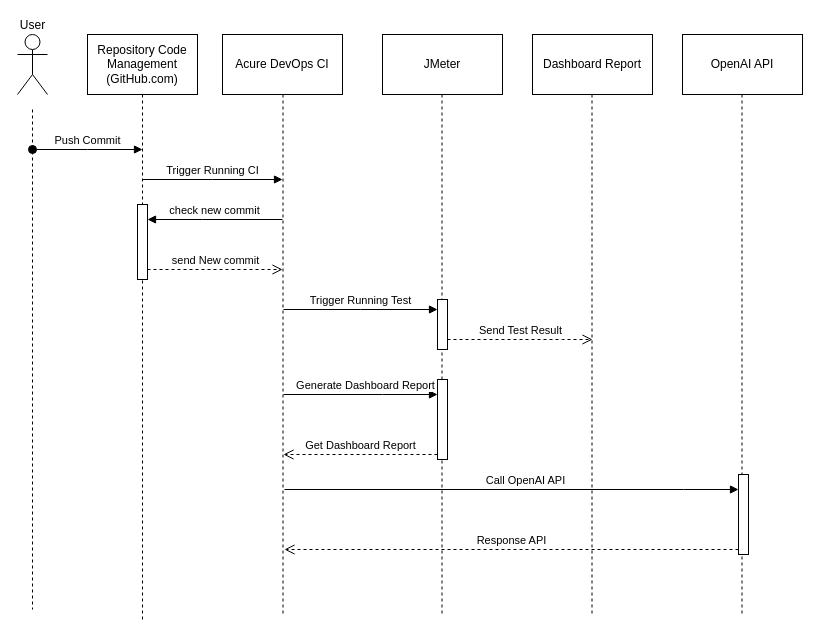
The draw.io diagram chatGPT interaction.drawio in apencoreply/FunctionFiDel, before the edit. Source tidied: cells renumbered, new cells numbered last; positions are measured from the earlier drawing's top-left corner, leaving out a move shared by most shapes. Both pictures are drawn from the tidied source at 100%, with x=0, y=0 at pixel (17, 34).
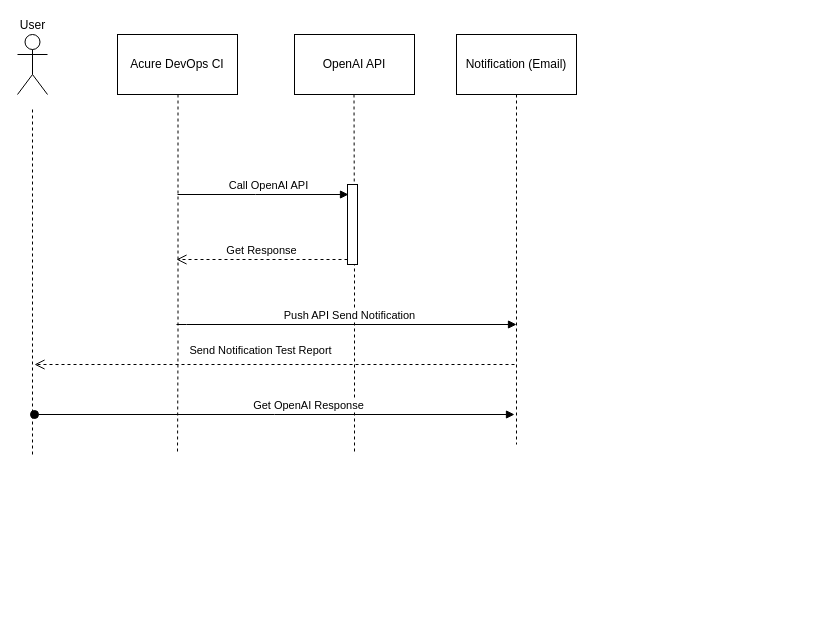
The same page after the edit.

What changed in the source:
```diff
@@
-    <mxCell id="3" style="edgeStyle=orthogonalEdgeStyle;rounded=0;jettySize=auto;html=1;dashed=1;endArrow=none;endFill=0;" parent="1" edge="1" source="4">
-      <mxGeometry relative="1" as="geometry">
-        <mxPoint x="125" y="585" as="targetPoint" />
-        <Array as="points">
-          <mxPoint x="125" y="576" />
-        </Array>
-      </mxGeometry>
-    </mxCell>
-    <mxCell id="4" value="Repository Code Management (GitHub.com)" style="html=1;whiteSpace=wrap;" parent="1" vertex="1">
-      <mxGeometry x="70" width="110" height="60" as="geometry" />
-    </mxCell>
     <mxCell id="5" value="Acure DevOps CI" style="whiteSpace=wrap;html=1;" parent="1" vertex="1">
-      <mxGeometry x="205" width="120" height="60" as="geometry" />
+      <mxGeometry x="100" width="120" height="60" as="geometry" />
     </mxCell>
-    <mxCell id="6" value="JMeter" style="whiteSpace=wrap;html=1;" parent="1" vertex="1">
-      <mxGeometry x="365" width="120" height="60" as="geometry" />
-    </mxCell>
     <mxCell id="7" value="OpenAI API" style="whiteSpace=wrap;html=1;" parent="1" vertex="1">
-      <mxGeometry x="665" width="120" height="60" as="geometry" />
+      <mxGeometry x="277" width="120" height="60" as="geometry" />
     </mxCell>
-    <mxCell id="8" value="Dashboard Report" style="whiteSpace=wrap;html=1;" parent="1" vertex="1">
-      <mxGeometry x="515" width="120" height="60" as="geometry" />
-    </mxCell>
     <mxCell id="9" style="edgeStyle=orthogonalEdgeStyle;rounded=0;orthogonalLoop=1;jettySize=auto;html=1;dashed=1;endArrow=none;endFill=0;" parent="1" edge="1">
       <mxGeometry relative="1" as="geometry">
-        <mxPoint x="265.5" y="60" as="sourcePoint" />
-        <mxPoint x="265.5" y="581" as="targetPoint" />
+        <mxPoint x="160.5" y="60" as="sourcePoint" />
+        <mxPoint x="160" y="420" as="targetPoint" />
         <Array as="points">
-          <mxPoint x="265" y="315" />
-          <mxPoint x="265" y="315" />
+          <mxPoint x="161" y="315" />
+          <mxPoint x="160" y="420" />
         </Array>
       </mxGeometry>
     </mxCell>
-    <mxCell id="10" style="edgeStyle=orthogonalEdgeStyle;rounded=0;orthogonalLoop=1;jettySize=auto;html=1;dashed=1;endArrow=none;endFill=0;" parent="1" edge="1">
-      <mxGeometry relative="1" as="geometry">
-        <mxPoint x="424.5" y="60" as="sourcePoint" />
-        <mxPoint x="424.5" y="581" as="targetPoint" />
-      </mxGeometry>
-    </mxCell>
-    <mxCell id="11" style="edgeStyle=orthogonalEdgeStyle;rounded=0;orthogonalLoop=1;jettySize=auto;html=1;dashed=1;endArrow=none;endFill=0;" parent="1" edge="1">
-      <mxGeometry relative="1" as="geometry">
-        <mxPoint x="574.5" y="60" as="sourcePoint" />
-        <mxPoint x="574.5" y="581" as="targetPoint" />
-      </mxGeometry>
-    </mxCell>
     <mxCell id="12" style="edgeStyle=orthogonalEdgeStyle;rounded=0;orthogonalLoop=1;jettySize=auto;html=1;dashed=1;endArrow=none;endFill=0;" parent="1" edge="1">
       <mxGeometry relative="1" as="geometry">
         <mxPoint x="15" y="75" as="sourcePoint" />
-        <mxPoint x="15" y="575" as="targetPoint" />
+        <mxPoint x="15" y="420" as="targetPoint" />
         <Array as="points">
           <mxPoint x="15" y="75" />
         </Array>
       </mxGeometry>
     </mxCell>
-    <mxCell id="13" value="Push Commit" style="html=1;verticalAlign=bottom;startArrow=oval;startFill=1;endArrow=block;startSize=8;edgeStyle=elbowEdgeStyle;elbow=vertical;curved=0;rounded=0;" parent="1" edge="1">
-      <mxGeometry relative="1" as="geometry">
-        <mxPoint x="15" y="115" as="sourcePoint" />
-        <mxPoint x="125" y="115" as="targetPoint" />
-      </mxGeometry>
-    </mxCell>
-    <mxCell id="14" value="Trigger Running CI" style="html=1;verticalAlign=bottom;endArrow=block;edgeStyle=elbowEdgeStyle;elbow=vertical;curved=0;rounded=0;" parent="1" edge="1">
-      <mxGeometry relative="1" as="geometry">
-        <mxPoint x="125" y="145" as="sourcePoint" />
-        <mxPoint x="265" y="145" as="targetPoint" />
-      </mxGeometry>
-    </mxCell>
-    <mxCell id="15" style="html=1;points=[];perimeter=orthogonalPerimeter;outlineConnect=0;targetShapes=umlLifeline;portConstraint=eastwest;newEdgeStyle={&quot;edgeStyle&quot;:&quot;elbowEdgeStyle&quot;,&quot;elbow&quot;:&quot;vertical&quot;,&quot;curved&quot;:0,&quot;rounded&quot;:0};" parent="1" vertex="1">
-      <mxGeometry x="120" y="170" width="10" height="75" as="geometry" />
-    </mxCell>
-    <mxCell id="16" value="check new commit" style="html=1;verticalAlign=bottom;endArrow=block;edgeStyle=elbowEdgeStyle;elbow=vertical;curved=0;rounded=0;" parent="1" edge="1" target="15">
-      <mxGeometry relative="1" as="geometry">
-        <mxPoint x="265" y="185" as="sourcePoint" />
-        <Array as="points">
-          <mxPoint x="185" y="185" />
-        </Array>
-      </mxGeometry>
-    </mxCell>
-    <mxCell id="17" value="send New commit" style="html=1;verticalAlign=bottom;endArrow=open;dashed=1;endSize=8;edgeStyle=elbowEdgeStyle;elbow=vertical;curved=0;rounded=0;" parent="1" edge="1" source="15">
-      <mxGeometry relative="1" as="geometry">
-        <mxPoint x="265" y="235" as="targetPoint" />
-      </mxGeometry>
-    </mxCell>
-    <mxCell id="18" style="html=1;points=[];perimeter=orthogonalPerimeter;outlineConnect=0;targetShapes=umlLifeline;portConstraint=eastwest;newEdgeStyle={&quot;edgeStyle&quot;:&quot;elbowEdgeStyle&quot;,&quot;elbow&quot;:&quot;vertical&quot;,&quot;curved&quot;:0,&quot;rounded&quot;:0};" parent="1" vertex="1">
-      <mxGeometry x="420" y="265" width="10" height="50" as="geometry" />
-    </mxCell>
-    <mxCell id="19" value="Trigger Running Test" style="html=1;verticalAlign=bottom;endArrow=block;edgeStyle=elbowEdgeStyle;elbow=vertical;curved=0;rounded=0;" parent="1" edge="1" target="18">
-      <mxGeometry relative="1" as="geometry">
-        <mxPoint x="266" y="275" as="sourcePoint" />
-      </mxGeometry>
-    </mxCell>
-    <mxCell id="20" value="Send Test Result" style="html=1;verticalAlign=bottom;endArrow=open;dashed=1;endSize=8;edgeStyle=elbowEdgeStyle;elbow=vertical;curved=0;rounded=0;" parent="1" edge="1" source="18">
-      <mxGeometry relative="1" as="geometry">
-        <mxPoint x="575" y="305" as="targetPoint" />
-        <Array as="points">
-          <mxPoint x="545" y="305" />
-        </Array>
-      </mxGeometry>
-    </mxCell>
-    <mxCell id="21" style="html=1;points=[];perimeter=orthogonalPerimeter;outlineConnect=0;targetShapes=umlLifeline;portConstraint=eastwest;newEdgeStyle={&quot;edgeStyle&quot;:&quot;elbowEdgeStyle&quot;,&quot;elbow&quot;:&quot;vertical&quot;,&quot;curved&quot;:0,&quot;rounded&quot;:0};" parent="1" vertex="1">
-      <mxGeometry x="420" y="345" width="10" height="80" as="geometry" />
-    </mxCell>
-    <mxCell id="22" value="Generate Dashboard Report" style="html=1;verticalAlign=bottom;endArrow=block;edgeStyle=elbowEdgeStyle;elbow=vertical;curved=0;rounded=0;" parent="1" edge="1" target="21">
-      <mxGeometry x="0.06" relative="1" as="geometry">
-        <mxPoint x="266" y="360" as="sourcePoint" />
-        <Array as="points">
-          <mxPoint x="365" y="360" />
-          <mxPoint x="365" y="350" />
-        </Array>
-      </mxGeometry>
-    </mxCell>
-    <mxCell id="23" value="Get Dashboard Report" style="html=1;verticalAlign=bottom;endArrow=open;dashed=1;endSize=8;edgeStyle=elbowEdgeStyle;elbow=vertical;curved=0;rounded=0;" parent="1" edge="1" source="21">
-      <mxGeometry relative="1" as="geometry">
-        <mxPoint x="266" y="420" as="targetPoint" />
-      </mxGeometry>
-    </mxCell>
     <mxCell id="24" style="edgeStyle=orthogonalEdgeStyle;rounded=0;orthogonalLoop=1;jettySize=auto;html=1;dashed=1;endArrow=none;endFill=0;" parent="1" edge="1">
       <mxGeometry relative="1" as="geometry">
-        <mxPoint x="724.5" y="60" as="sourcePoint" />
-        <mxPoint x="724.5" y="581" as="targetPoint" />
+        <mxPoint x="336.5" y="60" as="sourcePoint" />
+        <mxPoint x="337" y="420" as="targetPoint" />
       </mxGeometry>
     </mxCell>
     <mxCell id="25" style="html=1;points=[];perimeter=orthogonalPerimeter;outlineConnect=0;targetShapes=umlLifeline;portConstraint=eastwest;newEdgeStyle={&quot;edgeStyle&quot;:&quot;elbowEdgeStyle&quot;,&quot;elbow&quot;:&quot;vertical&quot;,&quot;curved&quot;:0,&quot;rounded&quot;:0};" parent="1" vertex="1">
-      <mxGeometry x="721" y="440" width="10" height="80" as="geometry" />
+      <mxGeometry x="330" y="150" width="10" height="80" as="geometry" />
     </mxCell>
-    <mxCell id="26" value="Call OpenAI API" style="html=1;verticalAlign=bottom;endArrow=block;edgeStyle=elbowEdgeStyle;elbow=vertical;curved=0;rounded=0;" parent="1" edge="1" target="25">
+    <mxCell id="26" value="Call OpenAI API" style="html=1;verticalAlign=bottom;endArrow=block;edgeStyle=elbowEdgeStyle;elbow=vertical;curved=0;rounded=0;" parent="1" edge="1">
       <mxGeometry x="0.06" relative="1" as="geometry">
-        <mxPoint x="267" y="455" as="sourcePoint" />
+        <mxPoint x="160" y="160" as="sourcePoint" />
+        <mxPoint x="331" y="160" as="targetPoint" />
         <Array as="points">
-          <mxPoint x="666" y="455" />
-          <mxPoint x="666" y="445" />
+          <mxPoint x="238" y="160" />
+          <mxPoint x="559" y="155" />
         </Array>
       </mxGeometry>
     </mxCell>
-    <mxCell id="27" value="Response API" style="html=1;verticalAlign=bottom;endArrow=open;dashed=1;endSize=8;edgeStyle=elbowEdgeStyle;elbow=vertical;curved=0;rounded=0;" parent="1" edge="1" source="25">
+    <mxCell id="27" value="Get Response" style="html=1;verticalAlign=bottom;endArrow=open;dashed=1;endSize=8;edgeStyle=elbowEdgeStyle;elbow=vertical;curved=0;rounded=0;" parent="1" edge="1" source="25">
       <mxGeometry relative="1" as="geometry">
-        <mxPoint x="267" y="515" as="targetPoint" />
+        <mxPoint x="159" y="225" as="targetPoint" />
       </mxGeometry>
     </mxCell>
+    <mxCell id="28" value="Notification (Email)" style="whiteSpace=wrap;html=1;" parent="1" vertex="1">
+      <mxGeometry x="439" width="120" height="60" as="geometry" />
+    </mxCell>
+    <mxCell id="29" style="edgeStyle=orthogonalEdgeStyle;rounded=0;orthogonalLoop=1;jettySize=auto;html=1;dashed=1;endArrow=none;endFill=0;" parent="1" edge="1">
+      <mxGeometry relative="1" as="geometry">
+        <mxPoint x="499" y="60" as="sourcePoint" />
+        <mxPoint x="499" y="410" as="targetPoint" />
+      </mxGeometry>
+    </mxCell>
+    <mxCell id="30" value="Push API Send Notification" style="html=1;verticalAlign=bottom;endArrow=block;edgeStyle=elbowEdgeStyle;elbow=vertical;curved=0;rounded=0;" parent="1" edge="1">
+      <mxGeometry x="0.02" relative="1" as="geometry">
+        <mxPoint x="159" y="290" as="sourcePoint" />
+        <mxPoint x="499" y="290" as="targetPoint" />
+        <Array as="points">
+          <mxPoint x="169" y="290" />
+        </Array>
+      </mxGeometry>
+    </mxCell>
+    <mxCell id="31" value="Send Notification Test Report" style="html=1;verticalAlign=bottom;endArrow=open;dashed=1;endSize=8;edgeStyle=elbowEdgeStyle;elbow=vertical;curved=0;rounded=0;" parent="1" edge="1">
+      <mxGeometry x="0.06" y="-5" relative="1" as="geometry">
+        <mxPoint x="497" y="330" as="sourcePoint" />
+        <mxPoint x="17" y="330" as="targetPoint" />
+      </mxGeometry>
+    </mxCell>
+    <mxCell id="32" value="Get OpenAI Response" style="html=1;verticalAlign=bottom;startArrow=oval;startFill=1;endArrow=block;startSize=8;edgeStyle=elbowEdgeStyle;elbow=vertical;curved=0;rounded=0;" parent="1" edge="1">
+      <mxGeometry x="0.14" relative="1" as="geometry">
+        <mxPoint x="17" y="380" as="sourcePoint" />
+        <mxPoint x="497" y="380" as="targetPoint" />
+      </mxGeometry>
+    </mxCell>
```
